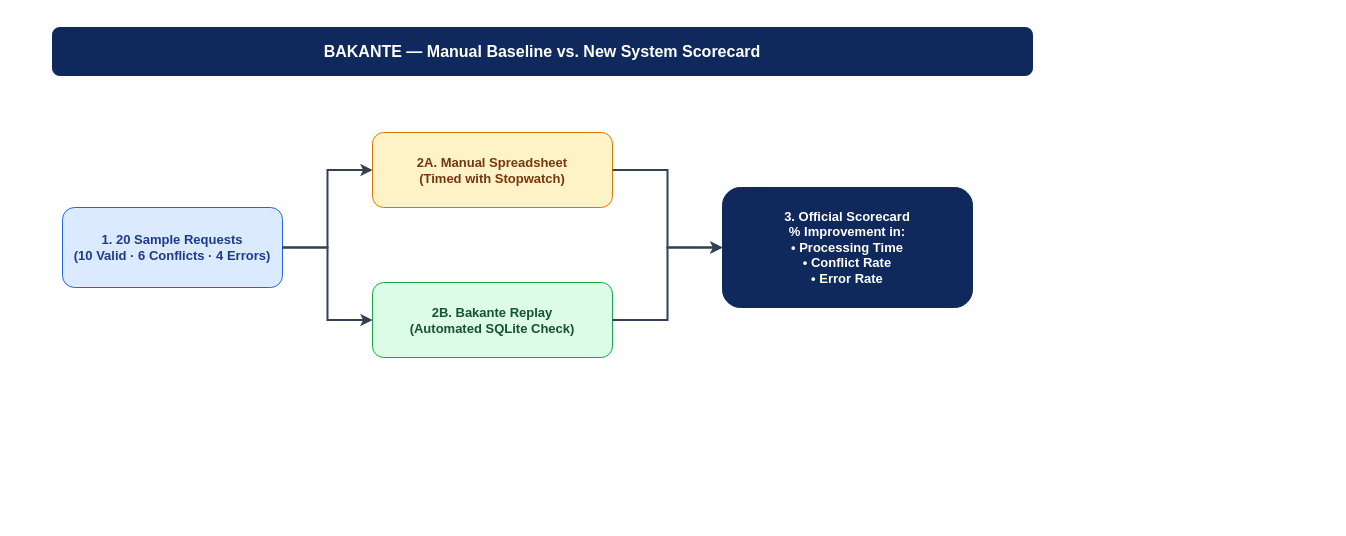
Before: page "2. Baseline Flow" (2 of 2) of Bakante.drawio in jrrddev/Bakante, a draw.io diagram. Source tidied: cells renumbered, new cells numbered last; positions are measured from the earlier drawing's top-left corner, leaving out a move shared by most shapes. Both pictures are drawn from the tidied source at 100%, with x=0, y=0 at pixel (52, 27).
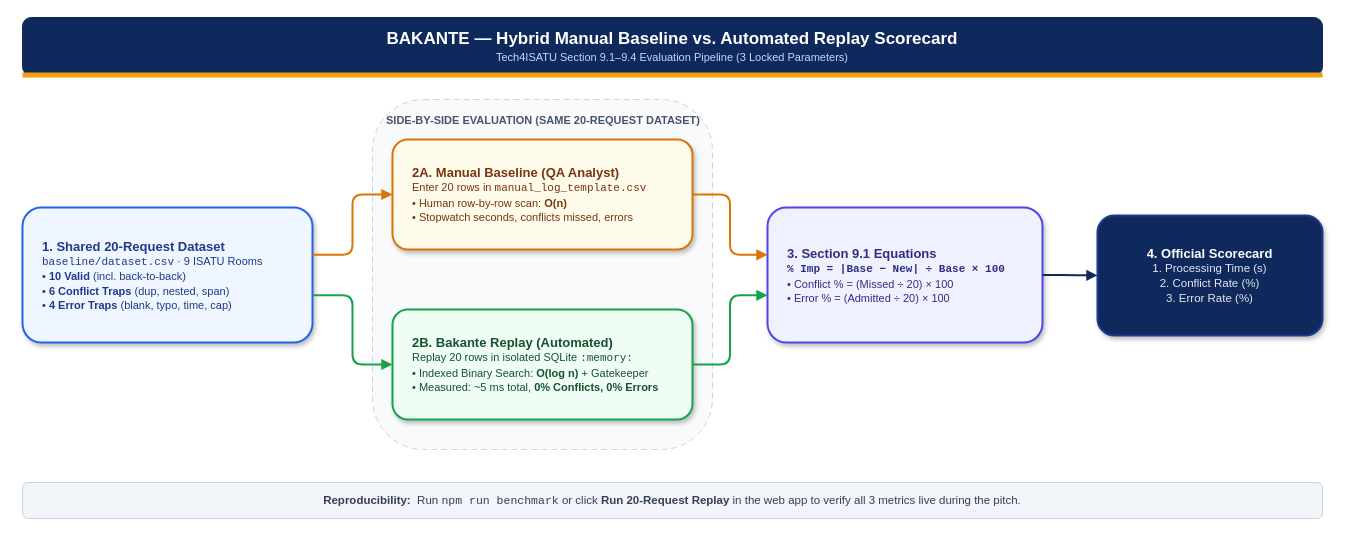
Above is the later version.

Change to the diagram source:
```diff
@@
 <mxGraphModel>
   <root>
     <mxCell id="0" />
     <mxCell id="1" parent="0" />
+    <mxCell id="11" value="SIDE-BY-SIDE EVALUATION (SAME 20-REQUEST DATASET)" style="rounded=1;whiteSpace=wrap;html=1;verticalAlign=top;align=left;spacingLeft=12;spacingTop=8;fillColor=#f8fafc;strokeColor=#cbd5e1;dashed=1;dashPattern=6 4;fontColor=#475569;fontSize=11;fontStyle=1;" parent="1" vertex="1">
+      <mxGeometry x="320" y="72" width="340" height="350" as="geometry" />
+    </mxCell>
-    <mxCell id="2" value="BAKANTE — Manual Baseline vs. New System Scorecard" style="rounded=1;whiteSpace=wrap;html=1;fillColor=#0f295c;strokeColor=#0f295c;fontColor=#ffffff;fontSize=16;fontStyle=1;" parent="1" vertex="1">
-      <mxGeometry width="980" height="48" as="geometry" />
+    <mxCell id="2" value="&lt;b style=&quot;font-size:17px;&quot;&gt;BAKANTE — Hybrid Manual Baseline vs. Automated Replay Scorecard&lt;/b&gt;&lt;br/&gt;&lt;span style=&quot;font-size:11px;color:#bfdbfe;&quot;&gt;Tech4ISATU Section 9.1–9.4 Evaluation Pipeline (3 Locked Parameters)&lt;/span&gt;" style="rounded=1;whiteSpace=wrap;html=1;fillColor=#0f295c;strokeColor=#0f295c;fontColor=#ffffff;spacing=6;" parent="1" vertex="1">
+      <mxGeometry x="-30" y="-10" width="1300" height="58" as="geometry" />
     </mxCell>
+    <mxCell id="12" style="rounded=0;whiteSpace=wrap;html=1;fillColor=#f59e0b;strokeColor=none;" parent="1" vertex="1">
+      <mxGeometry x="-30" y="45" width="1300" height="5" as="geometry" />
+    </mxCell>
-    <mxCell id="3" value="1. 20 Sample Requests&#10;(10 Valid · 6 Conflicts · 4 Errors)" style="rounded=1;whiteSpace=wrap;html=1;fillColor=#dbeafe;strokeColor=#2563eb;fontColor=#1e3a8a;fontSize=13;fontStyle=1;" parent="1" vertex="1">
-      <mxGeometry x="10" y="180" width="220" height="80" as="geometry" />
+    <mxCell id="3" value="&lt;b style=&quot;font-size:13px;&quot;&gt;1. Shared 20-Request Dataset&lt;/b&gt;&lt;br/&gt;&lt;span style=&quot;font-size:11px;&quot;&gt;&lt;font face=&quot;Courier New&quot;&gt;baseline/dataset.csv&lt;/font&gt; · 9 ISATU Rooms&lt;br/&gt;• &lt;b&gt;10 Valid&lt;/b&gt; (incl. back-to-back)&lt;br/&gt;• &lt;b&gt;6 Conflict Traps&lt;/b&gt; (dup, nested, span)&lt;br/&gt;• &lt;b&gt;4 Error Traps&lt;/b&gt; (blank, typo, time, cap)&lt;/span&gt;" style="rounded=1;whiteSpace=wrap;html=1;arcSize=14;fillColor=#eff6ff;strokeColor=#2563eb;strokeWidth=2;fontColor=#1e3a8a;shadow=1;spacing=8;align=left;spacingLeft=12;" parent="1" vertex="1">
+      <mxGeometry x="-30" y="180" width="290" height="135" as="geometry" />
     </mxCell>
-    <mxCell id="4" value="2A. Manual Spreadsheet&#10;(Timed with Stopwatch)" style="rounded=1;whiteSpace=wrap;html=1;fillColor=#fef3c7;strokeColor=#d97706;fontColor=#78350f;fontSize=13;fontStyle=1;" parent="1" vertex="1">
-      <mxGeometry x="320" y="105" width="240" height="75" as="geometry" />
+    <mxCell id="4" value="&lt;b style=&quot;font-size:13px;&quot;&gt;2A. Manual Baseline (QA Analyst)&lt;/b&gt;&lt;br/&gt;&lt;span style=&quot;font-size:11px;&quot;&gt;Enter 20 rows in &lt;font face=&quot;Courier New&quot;&gt;manual_log_template.csv&lt;/font&gt;&lt;br/&gt;• Human row-by-row scan: &lt;b&gt;O(n)&lt;/b&gt;&lt;br/&gt;• Stopwatch seconds, conflicts missed, errors&lt;/span&gt;" style="rounded=1;whiteSpace=wrap;html=1;arcSize=14;fillColor=#fffbeb;strokeColor=#d97706;strokeWidth=2;fontColor=#78350f;shadow=1;spacing=8;align=left;spacingLeft=12;" parent="1" vertex="1">
+      <mxGeometry x="340" y="112" width="300" height="110" as="geometry" />
     </mxCell>
-    <mxCell id="5" value="2B. Bakante Replay&#10;(Automated SQLite Check)" style="rounded=1;whiteSpace=wrap;html=1;fillColor=#dcfce7;strokeColor=#16a34a;fontColor=#14532d;fontSize=13;fontStyle=1;" parent="1" vertex="1">
-      <mxGeometry x="320" y="255" width="240" height="75" as="geometry" />
+    <mxCell id="5" value="&lt;b style=&quot;font-size:13px;&quot;&gt;2B. Bakante Replay (Automated)&lt;/b&gt;&lt;br/&gt;&lt;span style=&quot;font-size:11px;&quot;&gt;Replay 20 rows in isolated SQLite &lt;font face=&quot;Courier New&quot;&gt;:memory:&lt;/font&gt;&lt;br/&gt;• Indexed Binary Search: &lt;b&gt;O(log n)&lt;/b&gt; + Gatekeeper&lt;br/&gt;• Measured: ~5 ms total, &lt;b&gt;0% Conflicts, 0% Errors&lt;/b&gt;&lt;/span&gt;" style="rounded=1;whiteSpace=wrap;html=1;arcSize=14;fillColor=#f0fdf4;strokeColor=#16a34a;strokeWidth=2;fontColor=#14532d;shadow=1;spacing=8;align=left;spacingLeft=12;" parent="1" vertex="1">
+      <mxGeometry x="340" y="282" width="300" height="110" as="geometry" />
     </mxCell>
-    <mxCell id="6" value="3. Official Scorecard&#10;% Improvement in:&#10;• Processing Time&#10;• Conflict Rate&#10;• Error Rate" style="rounded=1;whiteSpace=wrap;html=1;fillColor=#0f295c;strokeColor=#0f295c;fontColor=#ffffff;fontSize=13;fontStyle=1;" parent="1" vertex="1">
-      <mxGeometry x="670" y="160" width="250" height="120" as="geometry" />
+    <mxCell id="6" value="&lt;b style=&quot;font-size:13px;&quot;&gt;3. Section 9.1 Equations&lt;/b&gt;&lt;br/&gt;&lt;b&gt;&lt;font face=&quot;Courier New&quot; style=&quot;font-size:11px;&quot;&gt;% Imp = |Base − New| ÷ Base × 100&lt;/font&gt;&lt;/b&gt;&lt;br/&gt;&lt;span style=&quot;font-size:11px;&quot;&gt;• Conflict % = (Missed ÷ 20) × 100&lt;br/&gt;• Error % = (Admitted ÷ 20) × 100&lt;/span&gt;" style="rounded=1;whiteSpace=wrap;html=1;arcSize=14;fillColor=#eef2ff;strokeColor=#4f46e5;strokeWidth=2;fontColor=#312e81;shadow=1;spacing=8;align=left;spacingLeft=12;" parent="1" vertex="1">
+      <mxGeometry x="715" y="180" width="275" height="135" as="geometry" />
     </mxCell>
+    <mxCell id="13" value="&lt;b style=&quot;font-size:13px;&quot;&gt;4. Official Scorecard&lt;/b&gt;&lt;br/&gt;&lt;span style=&quot;font-size:11.5px;color:#e2e8f0;&quot;&gt;1. Processing Time (s)&lt;br/&gt;2. Conflict Rate (%)&lt;br/&gt;3. Error Rate (%)&lt;/span&gt;" style="rounded=1;whiteSpace=wrap;html=1;arcSize=14;fillColor=#0f295c;strokeColor=#1e3a8a;strokeWidth=2;fontColor=#ffffff;shadow=1;spacing=8;" parent="1" vertex="1">
+      <mxGeometry x="1045" y="188" width="225" height="120" as="geometry" />
+    </mxCell>
+    <mxCell id="14" value="&lt;b&gt;Reproducibility:&lt;/b&gt;&amp;nbsp;&amp;nbsp;Run &lt;font face=&quot;Courier New&quot;&gt;npm run benchmark&lt;/font&gt; or click &lt;b&gt;Run 20-Request Replay&lt;/b&gt; in the web app to verify all 3 metrics live during the pitch." style="rounded=1;whiteSpace=wrap;html=1;fillColor=#f1f5f9;strokeColor=#cbd5e1;fontColor=#334155;fontSize=11.5;" parent="1" vertex="1">
+      <mxGeometry x="-30" y="455" width="1300" height="36" as="geometry" />
+    </mxCell>
-    <mxCell id="7" style="edgeStyle=orthogonalEdgeStyle;rounded=0;html=1;strokeColor=#334155;strokeWidth=2;" parent="1" edge="1" source="3" target="4">
+    <mxCell id="7" style="edgeStyle=orthogonalEdgeStyle;rounded=1;html=1;strokeColor=#d97706;strokeWidth=2;endArrow=block;endFill=1;exitX=1;exitY=0.35;entryX=0;entryY=0.5;" parent="1" edge="1" source="3" target="4">
       <mxGeometry relative="1" as="geometry" />
     </mxCell>
-    <mxCell id="8" style="edgeStyle=orthogonalEdgeStyle;rounded=0;html=1;strokeColor=#334155;strokeWidth=2;" parent="1" edge="1" source="3" target="5">
+    <mxCell id="8" style="edgeStyle=orthogonalEdgeStyle;rounded=1;html=1;strokeColor=#16a34a;strokeWidth=2;endArrow=block;endFill=1;exitX=1;exitY=0.65;entryX=0;entryY=0.5;" parent="1" edge="1" source="3" target="5">
       <mxGeometry relative="1" as="geometry" />
     </mxCell>
-    <mxCell id="9" style="edgeStyle=orthogonalEdgeStyle;rounded=0;html=1;strokeColor=#334155;strokeWidth=2;" parent="1" edge="1" source="4" target="6">
+    <mxCell id="9" style="edgeStyle=orthogonalEdgeStyle;rounded=1;html=1;strokeColor=#d97706;strokeWidth=2;endArrow=block;endFill=1;exitX=1;exitY=0.5;entryX=0;entryY=0.35;" parent="1" edge="1" source="4" target="6">
       <mxGeometry relative="1" as="geometry" />
     </mxCell>
-    <mxCell id="10" style="edgeStyle=orthogonalEdgeStyle;rounded=0;html=1;strokeColor=#334155;strokeWidth=2;" parent="1" edge="1" source="5" target="6">
+    <mxCell id="10" style="edgeStyle=orthogonalEdgeStyle;rounded=1;html=1;strokeColor=#16a34a;strokeWidth=2;endArrow=block;endFill=1;exitX=1;exitY=0.5;entryX=0;entryY=0.65;" parent="1" edge="1" source="5" target="6">
       <mxGeometry relative="1" as="geometry" />
     </mxCell>
+    <mxCell id="15" style="edgeStyle=orthogonalEdgeStyle;rounded=1;html=1;strokeColor=#0f295c;strokeWidth=2;endArrow=block;endFill=1;" parent="1" edge="1" source="6" target="13">
+      <mxGeometry relative="1" as="geometry" />
+    </mxCell>
   </root>
 </mxGraphModel>
```
